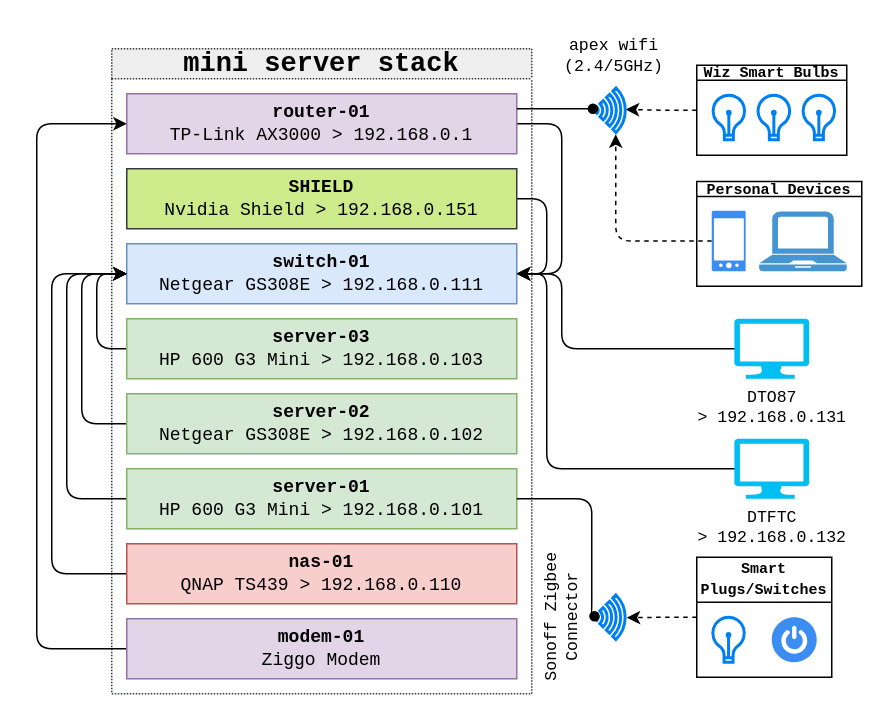
This is diagrams/home.drawio from Neels-v-Wyk/home-neels-tech, a draw.io file, before an edit. Source tidied: cells renumbered, new cells numbered last; positions are measured from the earlier drawing's top-left corner, leaving out a move shared by most shapes. Both pictures are drawn from the tidied source at 150%, with x=0, y=0 at pixel (36, 33).
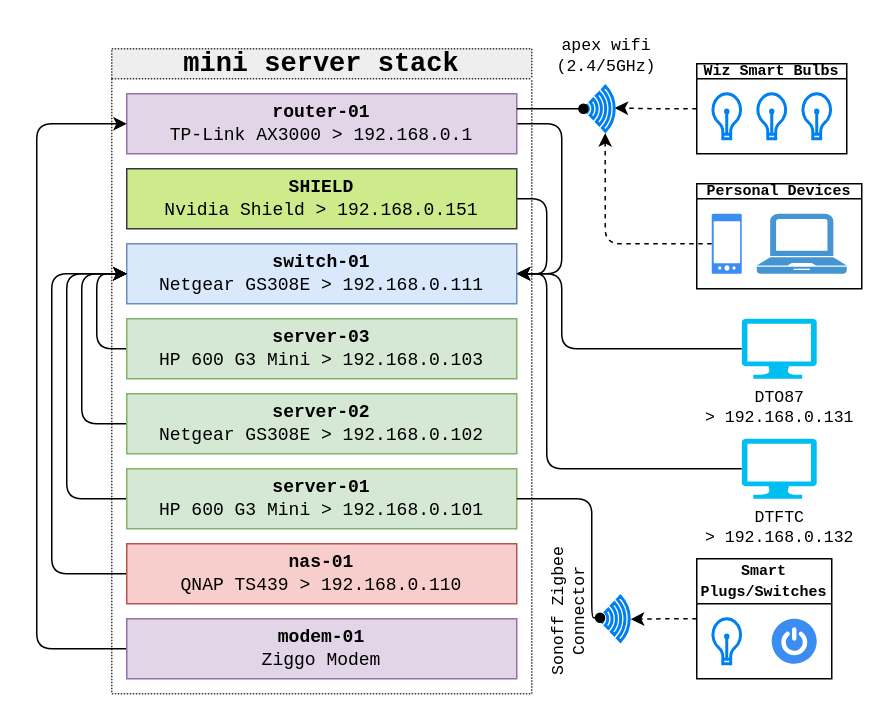
The same page after the edit.

Unchanged cells that the change refers to:
```xml
<mxCell id="3" value="&lt;font&gt;&lt;b&gt;switch-01&lt;br&gt;&lt;/b&gt;Netgear GS308E &amp;gt; 192.168.0.111&lt;br&gt;&lt;/font&gt;" style="rounded=0;whiteSpace=wrap;html=1;align=center;fillColor=#dae8fc;strokeColor=#6c8ebf;fontFamily=Courier New;" parent="2" vertex="1">
  <mxGeometry x="10" y="130" width="260" height="40" as="geometry" />
</mxCell>
<mxCell id="9" value="&lt;font&gt;&lt;b&gt;server-01&lt;br&gt;&lt;/b&gt;HP 600 G3 Mini&amp;nbsp;&amp;gt; 192.168.0.101&lt;/font&gt;" style="rounded=0;whiteSpace=wrap;html=1;align=center;fillColor=#d5e8d4;strokeColor=#82b366;fontFamily=Courier New;" parent="2" vertex="1">
  <mxGeometry x="10" y="280" width="260" height="40" as="geometry" />
</mxCell>
<mxCell id="11" value="&lt;font&gt;&lt;b&gt;router-01&lt;br&gt;&lt;/b&gt;TP-Link AX3000 &amp;gt; 192.168.0.1&lt;br&gt;&lt;/font&gt;" style="rounded=0;whiteSpace=wrap;html=1;align=center;fillColor=#e1d5e7;strokeColor=#9673a6;fontFamily=Courier New;" parent="2" vertex="1">
  <mxGeometry x="10" y="30" width="260" height="40" as="geometry" />
</mxCell>
```

What changed in the source:
```diff
@@
     <mxCell id="20" value="&lt;font style=&quot;font-size: 10px;&quot;&gt;Wiz Smart Bulbs&lt;/font&gt;" style="swimlane;whiteSpace=wrap;html=1;fontFamily=Courier New;fontSize=11;fontColor=default;startSize=10;" parent="1" vertex="1">
-      <mxGeometry x="440" y="21" width="100" height="60" as="geometry" />
+      <mxGeometry x="440" y="20" width="100" height="60" as="geometry" />
     </mxCell>
     <mxCell id="21" style="html=1;verticalLabelPosition=bottom;align=center;labelBackgroundColor=#ffffff;verticalAlign=top;strokeWidth=2;strokeColor=#0080F0;shadow=0;dashed=0;shape=mxgraph.ios7.icons.lightbulb;fontFamily=Courier New;fontSize=11;fontColor=default;" parent="20" vertex="1">
-      <mxGeometry x="10" y="20" width="22.8" height="29.7" as="geometry" />
+      <mxGeometry x="10" y="20" width="20" height="30" as="geometry" />
     </mxCell>
     <mxCell id="22" style="html=1;verticalLabelPosition=bottom;align=center;labelBackgroundColor=#ffffff;verticalAlign=top;strokeWidth=2;strokeColor=#0080F0;shadow=0;dashed=0;shape=mxgraph.ios7.icons.lightbulb;fontFamily=Courier New;fontSize=11;fontColor=default;" parent="20" vertex="1">
-      <mxGeometry x="40" y="20" width="22.8" height="29.7" as="geometry" />
+      <mxGeometry x="40" y="20" width="20" height="30" as="geometry" />
     </mxCell>
     <mxCell id="23" style="html=1;verticalLabelPosition=bottom;align=center;labelBackgroundColor=#ffffff;verticalAlign=top;strokeWidth=2;strokeColor=#0080F0;shadow=0;dashed=0;shape=mxgraph.ios7.icons.lightbulb;fontFamily=Courier New;fontSize=11;fontColor=default;" parent="20" vertex="1">
-      <mxGeometry x="70" y="20" width="22.8" height="29.7" as="geometry" />
+      <mxGeometry x="70" y="20" width="20" height="30" as="geometry" />
     </mxCell>
     <mxCell id="24" value="&lt;font style=&quot;font-size: 10px;&quot;&gt;Personal Devices&lt;/font&gt;" style="swimlane;whiteSpace=wrap;html=1;fontFamily=Courier New;fontSize=11;fontColor=default;startSize=10;" parent="1" vertex="1">
-      <mxGeometry x="440" y="98.5" width="110" height="69.8" as="geometry" />
+      <mxGeometry x="440" y="100" width="110" height="70" as="geometry" />
     </mxCell>
     <mxCell id="25" style="sketch=0;html=1;strokeColor=none;shadow=0;fillColor=#3B8DF1;verticalAlign=top;labelPosition=center;verticalLabelPosition=bottom;shape=mxgraph.gcp2.phone_android;fontFamily=Courier New;fontSize=11;fontColor=default;" parent="24" vertex="1">
-      <mxGeometry x="10" y="19.5" width="22.6" height="40.3" as="geometry" />
+      <mxGeometry x="10" y="20" width="20" height="40" as="geometry" />
     </mxCell>
     <mxCell id="26" style="shadow=0;dashed=0;html=1;strokeColor=none;fillColor=#4495D1;labelPosition=center;verticalLabelPosition=bottom;verticalAlign=top;align=center;shape=mxgraph.veeam.laptop;fontFamily=Courier New;fontSize=11;fontColor=default;" parent="24" vertex="1">
-      <mxGeometry x="41.6" y="20" width="58.4" height="39.9" as="geometry" />
+      <mxGeometry x="40" y="20" width="60" height="40" as="geometry" />
     </mxCell>
     <mxCell id="27" style="edgeStyle=orthogonalEdgeStyle;shape=connector;rounded=1;jettySize=auto;html=1;exitX=0;exitY=0.5;exitDx=0;exitDy=0;exitPerimeter=0;entryX=1;entryY=0.5;entryDx=0;entryDy=0;labelBackgroundColor=default;strokeColor=default;align=center;verticalAlign=middle;fontFamily=Helvetica;fontSize=11;fontColor=default;endArrow=classic;" parent="1" edge="1" source="28" target="3">
       <mxGeometry relative="1" as="geometry">
         <Array as="points">
-          <mxPoint x="467" y="290" />
+          <mxPoint x="470" y="290" />
           <mxPoint x="340" y="290" />
           <mxPoint x="340" y="160" />
         </Array>
       </mxGeometry>
     </mxCell>
     <mxCell id="28" value="DTFTC&lt;br&gt;&amp;gt; 192.168.0.132" style="verticalLabelPosition=bottom;html=1;verticalAlign=top;align=center;strokeColor=none;fillColor=#00BEF2;shape=mxgraph.azure.computer;fontFamily=Courier New;fontSize=11;fontColor=default;" parent="1" vertex="1">
-      <mxGeometry x="465" y="270" width="50" height="40" as="geometry" />
+      <mxGeometry x="470" y="270" width="50" height="40" as="geometry" />
     </mxCell>
     <mxCell id="29" style="edgeStyle=orthogonalEdgeStyle;shape=connector;rounded=1;jettySize=auto;html=1;exitX=0;exitY=0.5;exitDx=0;exitDy=0;exitPerimeter=0;entryX=1;entryY=0.5;entryDx=0;entryDy=0;labelBackgroundColor=default;strokeColor=default;align=center;verticalAlign=middle;fontFamily=Helvetica;fontSize=11;fontColor=default;endArrow=classic;" parent="1" edge="1" source="30" target="3">
       <mxGeometry relative="1" as="geometry">
         <Array as="points">
-          <mxPoint x="467" y="210" />
+          <mxPoint x="470" y="210" />
           <mxPoint x="350" y="210" />
           <mxPoint x="350" y="160" />
         </Array>
       </mxGeometry>
     </mxCell>
     <mxCell id="30" value="DTO87&lt;br&gt;&amp;gt; 192.168.0.131" style="verticalLabelPosition=bottom;html=1;verticalAlign=top;align=center;strokeColor=none;fillColor=#00BEF2;shape=mxgraph.azure.computer;fontFamily=Courier New;fontSize=11;fontColor=default;" parent="1" vertex="1">
-      <mxGeometry x="465" y="190" width="50" height="40" as="geometry" />
+      <mxGeometry x="470" y="190" width="50" height="40" as="geometry" />
     </mxCell>
     <mxCell id="31" style="group;" parent="1" vertex="1">
-      <mxGeometry x="338.5" y="310" width="92.6" height="65.3" as="geometry" />
+      <mxGeometry x="340" y="310" width="90" height="70" as="geometry" />
     </mxCell>
     <mxCell id="32" style="html=1;verticalLabelPosition=bottom;align=center;labelBackgroundColor=#ffffff;verticalAlign=top;strokeWidth=2;strokeColor=#0080F0;shadow=0;dashed=0;shape=mxgraph.ios7.icons.wifi;fontFamily=Helvetica;fontSize=11;fontColor=default;rotation=90;" parent="31" vertex="1">
-      <mxGeometry x="28.4" y="68.5" width="29.7" height="21" as="geometry" />
+      <mxGeometry x="30" y="70" width="30" height="20" as="geometry" />
     </mxCell>
     <mxCell id="33" value="Sonoff Zigbee Connector" style="text;html=1;strokeColor=none;fillColor=none;align=center;verticalAlign=middle;whiteSpace=wrap;rounded=0;fontSize=11;fontFamily=Courier New;fontColor=default;rotation=-90;" parent="31" vertex="1">
-      <mxGeometry x="-34.5" y="64" width="92.7" height="30" as="geometry" />
+      <mxGeometry x="-30" y="60" width="90" height="30" as="geometry" />
     </mxCell>
     <mxCell id="34" value="&lt;font style=&quot;font-size: 10px;&quot;&gt;Smart Plugs/Switches&lt;/font&gt;" style="swimlane;whiteSpace=wrap;html=1;fontFamily=Courier New;fontSize=11;fontColor=default;startSize=30;" parent="1" vertex="1">
-      <mxGeometry x="440" y="349" width="90" height="80" as="geometry" />
+      <mxGeometry x="440" y="350" width="90" height="80" as="geometry" />
     </mxCell>
     <mxCell id="35" style="html=1;verticalLabelPosition=bottom;align=center;labelBackgroundColor=#ffffff;verticalAlign=top;strokeWidth=2;strokeColor=#0080F0;shadow=0;dashed=0;shape=mxgraph.ios7.icons.lightbulb;fontFamily=Courier New;fontSize=11;fontColor=default;" parent="34" vertex="1">
-      <mxGeometry x="9.8" y="40" width="22.8" height="30" as="geometry" />
+      <mxGeometry x="10" y="40" width="20" height="30" as="geometry" />
     </mxCell>
@@
     <mxCell id="38" style="group;" parent="1" vertex="1">
-      <mxGeometry x="354.9" width="60" height="65.8" as="geometry" />
+      <mxGeometry x="350" width="60" height="70" as="geometry" />
     </mxCell>
@@
     <mxCell id="40" style="html=1;verticalLabelPosition=bottom;align=center;labelBackgroundColor=#ffffff;verticalAlign=top;strokeWidth=2;strokeColor=#0080F0;shadow=0;dashed=0;shape=mxgraph.ios7.icons.wifi;fontFamily=Helvetica;fontSize=11;fontColor=default;rotation=90;" parent="38" vertex="1">
-      <mxGeometry x="12.1" y="40.5" width="29.7" height="21" as="geometry" />
+      <mxGeometry x="10" y="40" width="30" height="20" as="geometry" />
     </mxCell>
+    <mxCell id="42" style="edgeStyle=orthogonalEdgeStyle;shape=connector;rounded=1;jettySize=auto;html=1;exitX=1;exitY=0.5;exitDx=0;exitDy=0;entryX=0.476;entryY=0.973;entryDx=0;entryDy=0;entryPerimeter=0;labelBackgroundColor=default;strokeColor=default;align=center;verticalAlign=middle;fontFamily=Helvetica;fontSize=11;fontColor=default;endArrow=oval;endFill=1;" parent="1" edge="1" source="9" target="32">
+      <mxGeometry relative="1" as="geometry">
+        <Array as="points">
+          <mxPoint x="370" y="310" />
+          <mxPoint x="370" y="390" />
+        </Array>
+      </mxGeometry>
+    </mxCell>
-    <mxCell id="41" style="edgeStyle=orthogonalEdgeStyle;shape=connector;rounded=1;jettySize=auto;html=1;exitX=1;exitY=0.25;exitDx=0;exitDy=0;entryX=0.466;entryY=1.028;entryDx=0;entryDy=0;entryPerimeter=0;labelBackgroundColor=default;strokeColor=default;align=center;verticalAlign=middle;fontFamily=Helvetica;fontSize=11;fontColor=default;endArrow=oval;shadow=0;endFill=1;" parent="1" edge="1" source="11" target="40">
+    <mxCell id="41" style="edgeStyle=orthogonalEdgeStyle;shape=connector;rounded=1;jettySize=auto;html=1;exitX=1;exitY=0.25;exitDx=0;exitDy=0;entryX=0.5;entryY=1.029;entryDx=0;entryDy=0;entryPerimeter=0;labelBackgroundColor=default;strokeColor=default;align=center;verticalAlign=middle;fontFamily=Helvetica;fontSize=11;fontColor=default;endArrow=oval;endFill=1;" parent="1" edge="1" source="11" target="40">
       <mxGeometry relative="1" as="geometry" />
     </mxCell>
-    <mxCell id="42" style="edgeStyle=orthogonalEdgeStyle;shape=connector;rounded=1;jettySize=auto;html=1;exitX=1;exitY=0.5;exitDx=0;exitDy=0;entryX=0.476;entryY=0.973;entryDx=0;entryDy=0;entryPerimeter=0;labelBackgroundColor=default;strokeColor=default;align=center;verticalAlign=middle;fontFamily=Helvetica;fontSize=11;fontColor=default;endArrow=oval;endFill=1;" parent="1" edge="1" source="9" target="32">
-      <mxGeometry relative="1" as="geometry">
-        <Array as="points">
-          <mxPoint x="370" y="310" />
-          <mxPoint x="370" y="388" />
-        </Array>
-      </mxGeometry>
-    </mxCell>
```
